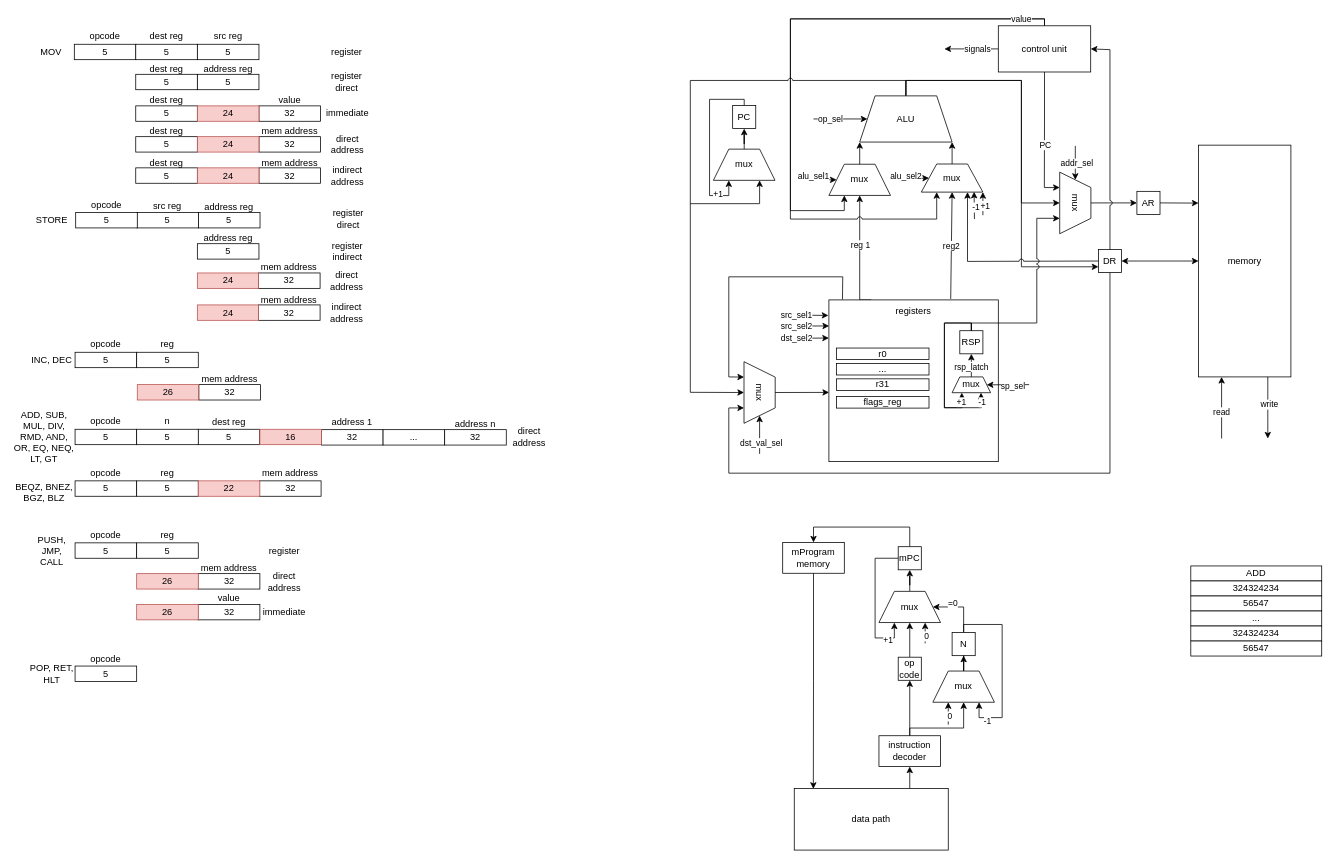
The draw.io diagram resources/csa_lab4.drawio in vanya9090/csa_lab4, before the edit. Source tidied: cells renumbered, new cells numbered last; positions are measured from the earlier drawing's top-left corner, leaving out a move shared by most shapes. Both pictures are drawn from the tidied source at 77%, with x=0, y=0 at pixel (13, 18).
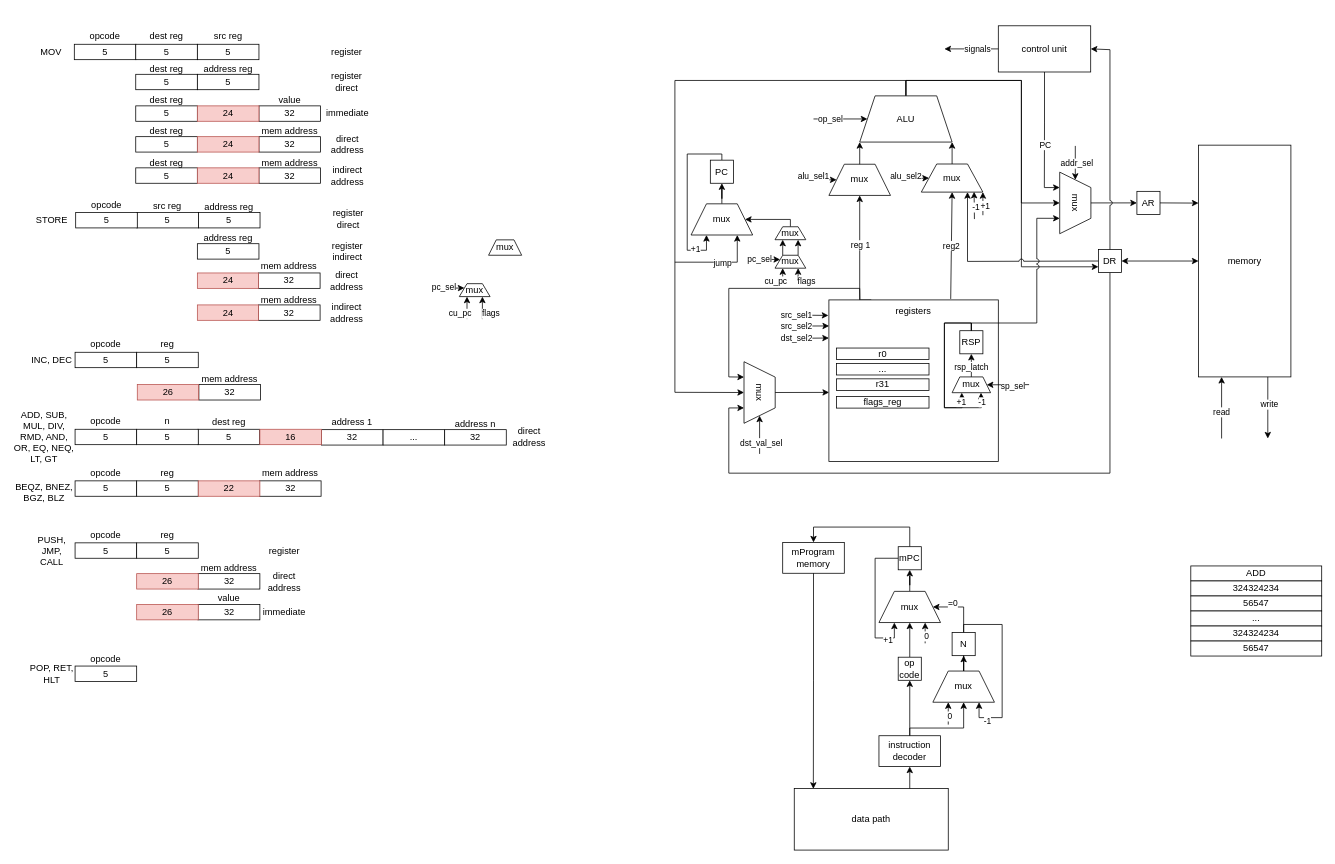
The same page after the edit.

Unchanged cells that the change refers to:
```xml
<mxCell id="49" style="rounded=0;whiteSpace=wrap;html=1;" parent="1" vertex="1">
  <mxGeometry x="1059" y="365" width="220" height="210" as="geometry" />
</mxCell>
<mxCell id="52" value="ALU" style="shape=trapezoid;perimeter=trapezoidPerimeter;whiteSpace=wrap;html=1;fixedSize=1;" parent="1" vertex="1">
  <mxGeometry x="1099" y="100" width="120" height="60" as="geometry" />
</mxCell>
<mxCell id="53" value="mux" style="shape=trapezoid;perimeter=trapezoidPerimeter;whiteSpace=wrap;html=1;fixedSize=1;" parent="1" vertex="1">
  <mxGeometry x="1059" y="188.8" width="80" height="40.5" as="geometry" />
</mxCell>
<mxCell id="54" value="mux" style="shape=trapezoid;perimeter=trapezoidPerimeter;whiteSpace=wrap;html=1;fixedSize=1;" parent="1" vertex="1">
  <mxGeometry x="1179" y="188.5" width="80" height="36.5" as="geometry" />
</mxCell>
<mxCell id="68" value="control unit" style="rounded=0;whiteSpace=wrap;html=1;" parent="1" vertex="1">
  <mxGeometry x="1279" y="9" width="120" height="60" as="geometry" />
</mxCell>
<mxCell id="78" value="mux" style="shape=trapezoid;perimeter=trapezoidPerimeter;whiteSpace=wrap;html=1;fixedSize=1;rotation=90;" parent="1" vertex="1">
  <mxGeometry x="929" y="465" width="80" height="40.5" as="geometry" />
</mxCell>
```

Diff of the diagram source:
```diff
@@
-    <mxCell id="65" style="edgeStyle=orthogonalEdgeStyle;rounded=0;jettySize=auto;html=1;entryX=0.25;entryY=1;entryDx=0;entryDy=0;" parent="1" edge="1" source="68" target="53">
-      <mxGeometry relative="1" as="geometry">
-        <Array as="points">
-          <mxPoint x="1339" />
-          <mxPoint x="1009" />
-          <mxPoint x="1009" y="249" />
-          <mxPoint x="1079" y="249" />
-        </Array>
-      </mxGeometry>
-    </mxCell>
-    <mxCell id="66" style="edgeStyle=orthogonalEdgeStyle;rounded=0;jettySize=auto;html=1;entryX=0.25;entryY=1;entryDx=0;entryDy=0;jumpStyle=arc;" parent="1" edge="1" source="68" target="54">
-      <mxGeometry relative="1" as="geometry">
-        <Array as="points">
-          <mxPoint x="1339" />
-          <mxPoint x="1009" />
-          <mxPoint x="1009" y="260" />
-          <mxPoint x="1199" y="260" />
-        </Array>
-      </mxGeometry>
-    </mxCell>
-    <mxCell id="67" value="value" style="edgeLabel;html=1;align=center;verticalAlign=middle;" parent="66" vertex="1">
-      <mxGeometry x="-0.57" y="-1" relative="1" as="geometry">
-        <mxPoint x="137" as="offset" />
-      </mxGeometry>
-    </mxCell>
@@
     <mxCell id="81" style="endArrow=classic;html=1;rounded=0;exitX=0.5;exitY=0;exitDx=0;exitDy=0;entryX=0.5;entryY=1;entryDx=0;entryDy=0;jumpStyle=arc;" parent="1" edge="1" source="52" target="78">
       <mxGeometry relative="1" as="geometry">
         <Array as="points">
           <mxPoint x="1159" y="80" />
-          <mxPoint x="879" y="80" />
-          <mxPoint x="879" y="485" />
+          <mxPoint x="859" y="80" />
+          <mxPoint x="859" y="485" />
         </Array>
       </mxGeometry>
     </mxCell>
@@
-    <mxCell id="85" style="endArrow=classic;html=1;rounded=0;exitX=0.08;exitY=-0.003;exitDx=0;exitDy=0;exitPerimeter=0;entryX=0.25;entryY=1;entryDx=0;entryDy=0;" parent="1" edge="1" source="49" target="78">
+    <mxCell id="85" style="endArrow=classic;html=1;rounded=0;exitX=0.183;exitY=-0.002;exitDx=0;exitDy=0;exitPerimeter=0;entryX=0.25;entryY=1;entryDx=0;entryDy=0;" parent="1" edge="1" source="49" target="78">
       <mxGeometry relative="1" as="geometry">
         <Array as="points">
-          <mxPoint x="1077" y="335" />
-          <mxPoint x="929" y="335" />
+          <mxPoint x="1099" y="350" />
+          <mxPoint x="929" y="350" />
           <mxPoint x="929" y="465" />
         </Array>
       </mxGeometry>
     </mxCell>
@@
     <mxCell id="204" style="edgeStyle=orthogonalEdgeStyle;rounded=0;jettySize=auto;html=1;entryX=0.25;entryY=1;entryDx=0;entryDy=0;" parent="1" edge="1" source="206" target="208">
       <mxGeometry relative="1" as="geometry">
         <Array as="points">
-          <mxPoint x="949" y="104.5" />
-          <mxPoint x="904" y="104.5" />
-          <mxPoint x="904" y="229.5" />
-          <mxPoint x="929" y="229.5" />
+          <mxPoint x="920" y="175.5" />
+          <mxPoint x="875" y="175.5" />
+          <mxPoint x="875" y="300.5" />
+          <mxPoint x="900" y="300.5" />
         </Array>
       </mxGeometry>
     </mxCell>
@@
     <mxCell id="206" value="PC" style="rounded=0;whiteSpace=wrap;html=1;" parent="1" vertex="1">
-      <mxGeometry x="934" y="112.5" width="30" height="30" as="geometry" />
+      <mxGeometry x="905" y="183.5" width="30" height="30" as="geometry" />
     </mxCell>
@@
     <mxCell id="208" value="mux" style="shape=trapezoid;perimeter=trapezoidPerimeter;whiteSpace=wrap;html=1;fixedSize=1;rotation=0;" parent="1" vertex="1">
-      <mxGeometry x="909" y="169.2" width="80" height="40.5" as="geometry" />
+      <mxGeometry x="880" y="240.2" width="80" height="40.5" as="geometry" />
     </mxCell>
     <mxCell id="209" style="endArrow=classic;html=1;rounded=0;entryX=0.75;entryY=1;entryDx=0;entryDy=0;" parent="1" edge="1" target="208">
       <mxGeometry relative="1" as="geometry">
-        <mxPoint x="879" y="240" as="sourcePoint" />
+        <mxPoint x="859" y="316" as="sourcePoint" />
         <Array as="points">
-          <mxPoint x="969" y="240" />
+          <mxPoint x="940" y="316" />
         </Array>
       </mxGeometry>
     </mxCell>
+    <mxCell id="211" value="jump" style="edgeLabel;html=1;align=center;verticalAlign=middle;" parent="209" vertex="1">
+      <mxGeometry x="0.69" relative="1" as="geometry">
+        <mxPoint x="-20" y="17" as="offset" />
+      </mxGeometry>
+    </mxCell>
@@
+    <mxCell id="212" value="mux" style="shape=trapezoid;perimeter=trapezoidPerimeter;whiteSpace=wrap;html=1;fixedSize=1;rotation=0;size=10;" parent="1" vertex="1">
+      <mxGeometry x="579" y="343.9" width="40" height="16.8" as="geometry" />
+    </mxCell>
+    <mxCell id="213" style="endArrow=classic;html=1;rounded=0;entryX=0.75;entryY=1;entryDx=0;entryDy=0;" parent="1" edge="1" target="212">
+      <mxGeometry relative="1" as="geometry">
+        <mxPoint x="609" y="389.9" as="sourcePoint" />
+      </mxGeometry>
+    </mxCell>
+    <mxCell id="214" value="flags" style="edgeLabel;html=1;align=center;verticalAlign=middle;" parent="213" vertex="1">
+      <mxGeometry x="-0.24" y="-1" relative="1" as="geometry">
+        <mxPoint x="9" y="4" as="offset" />
+      </mxGeometry>
+    </mxCell>
+    <mxCell id="215" style="endArrow=classic;html=1;rounded=0;entryX=0.25;entryY=1;entryDx=0;entryDy=0;" parent="1" edge="1" target="212">
+      <mxGeometry relative="1" as="geometry">
+        <mxPoint x="589" y="389.9" as="sourcePoint" />
+      </mxGeometry>
+    </mxCell>
+    <mxCell id="216" value="cu_pc" style="edgeLabel;html=1;align=center;verticalAlign=middle;" parent="215" vertex="1">
+      <mxGeometry x="-0.24" y="-1" relative="1" as="geometry">
+        <mxPoint x="-11" y="4" as="offset" />
+      </mxGeometry>
+    </mxCell>
+    <mxCell id="217" style="endArrow=classic;html=1;rounded=0;entryX=0;entryY=0.25;entryDx=0;entryDy=0;" parent="1" edge="1" target="212">
+      <mxGeometry relative="1" as="geometry">
+        <mxPoint x="559" y="349.9" as="sourcePoint" />
+      </mxGeometry>
+    </mxCell>
+    <mxCell id="218" value="pc_sel" style="edgeLabel;html=1;align=center;verticalAlign=middle;" parent="217" vertex="1">
+      <mxGeometry x="-0.36" y="1" relative="1" as="geometry">
+        <mxPoint x="-9" y="-1" as="offset" />
+      </mxGeometry>
+    </mxCell>
+    <mxCell id="219" value="mux" style="shape=trapezoid;perimeter=trapezoidPerimeter;whiteSpace=wrap;html=1;fixedSize=1;rotation=0;size=10;" parent="1" vertex="1">
+      <mxGeometry x="617" y="287" width="43" height="20" as="geometry" />
+    </mxCell>
+    <mxCell id="220" style="edgeStyle=orthogonalEdgeStyle;rounded=0;jettySize=auto;html=1;entryX=1;entryY=0.5;entryDx=0;entryDy=0;" parent="1" edge="1" source="221" target="208">
+      <mxGeometry relative="1" as="geometry">
+        <Array as="points">
+          <mxPoint x="1009" y="260" />
+          <mxPoint x="950" y="260" />
+        </Array>
+      </mxGeometry>
+    </mxCell>
+    <mxCell id="221" value="mux" style="shape=trapezoid;perimeter=trapezoidPerimeter;whiteSpace=wrap;html=1;fixedSize=1;rotation=0;size=10;" parent="1" vertex="1">
+      <mxGeometry x="989" y="270" width="40" height="16.8" as="geometry" />
+    </mxCell>
+    <mxCell id="222" style="edgeStyle=orthogonalEdgeStyle;rounded=0;jettySize=auto;html=1;entryX=0.25;entryY=1;entryDx=0;entryDy=0;" parent="1" edge="1" source="224" target="221">
+      <mxGeometry relative="1" as="geometry">
+        <Array as="points">
+          <mxPoint x="999" y="296.2" />
+          <mxPoint x="999" y="296.2" />
+        </Array>
+      </mxGeometry>
+    </mxCell>
+    <mxCell id="223" style="edgeStyle=orthogonalEdgeStyle;rounded=0;jettySize=auto;html=1;entryX=0.75;entryY=1;entryDx=0;entryDy=0;" parent="1" edge="1" source="224" target="221">
+      <mxGeometry relative="1" as="geometry">
+        <Array as="points">
+          <mxPoint x="1019" y="296.2" />
+          <mxPoint x="1019" y="296.2" />
+        </Array>
+      </mxGeometry>
+    </mxCell>
+    <mxCell id="224" value="mux" style="shape=trapezoid;perimeter=trapezoidPerimeter;whiteSpace=wrap;html=1;fixedSize=1;rotation=0;size=10;" parent="1" vertex="1">
+      <mxGeometry x="989" y="307" width="40" height="16.8" as="geometry" />
+    </mxCell>
+    <mxCell id="225" style="endArrow=classic;html=1;rounded=0;entryX=0.75;entryY=1;entryDx=0;entryDy=0;" parent="1" edge="1" target="224">
+      <mxGeometry relative="1" as="geometry">
+        <mxPoint x="1019" y="340" as="sourcePoint" />
+      </mxGeometry>
+    </mxCell>
+    <mxCell id="226" value="flags" style="edgeLabel;html=1;align=center;verticalAlign=middle;" parent="225" vertex="1">
+      <mxGeometry x="-0.24" y="-1" relative="1" as="geometry">
+        <mxPoint x="9" y="6" as="offset" />
+      </mxGeometry>
+    </mxCell>
+    <mxCell id="227" style="endArrow=classic;html=1;rounded=0;entryX=0.25;entryY=1;entryDx=0;entryDy=0;" parent="1" edge="1" target="224">
+      <mxGeometry relative="1" as="geometry">
+        <mxPoint x="999" y="340" as="sourcePoint" />
+      </mxGeometry>
+    </mxCell>
+    <mxCell id="228" value="cu_pc" style="edgeLabel;html=1;align=center;verticalAlign=middle;" parent="227" vertex="1">
+      <mxGeometry x="-0.24" y="-1" relative="1" as="geometry">
+        <mxPoint x="-11" y="6" as="offset" />
+      </mxGeometry>
+    </mxCell>
+    <mxCell id="229" style="endArrow=classic;html=1;rounded=0;entryX=0;entryY=0.25;entryDx=0;entryDy=0;" parent="1" edge="1" target="224">
+      <mxGeometry relative="1" as="geometry">
+        <mxPoint x="969" y="312.2" as="sourcePoint" />
+      </mxGeometry>
+    </mxCell>
+    <mxCell id="230" value="pc_sel" style="edgeLabel;html=1;align=center;verticalAlign=middle;" parent="229" vertex="1">
+      <mxGeometry x="-0.36" y="1" relative="1" as="geometry">
+        <mxPoint x="-10" as="offset" />
+      </mxGeometry>
+    </mxCell>
```
